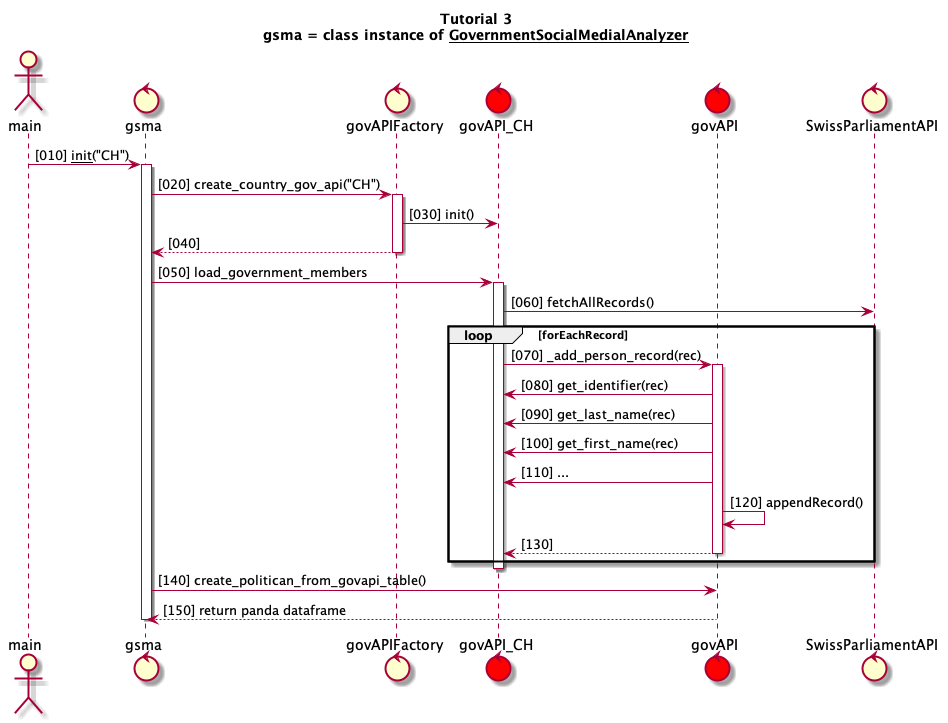
Before: model/out/lesson3-sequence.png, a diagram exported from PlantUML (talfco/clb-sentiment).
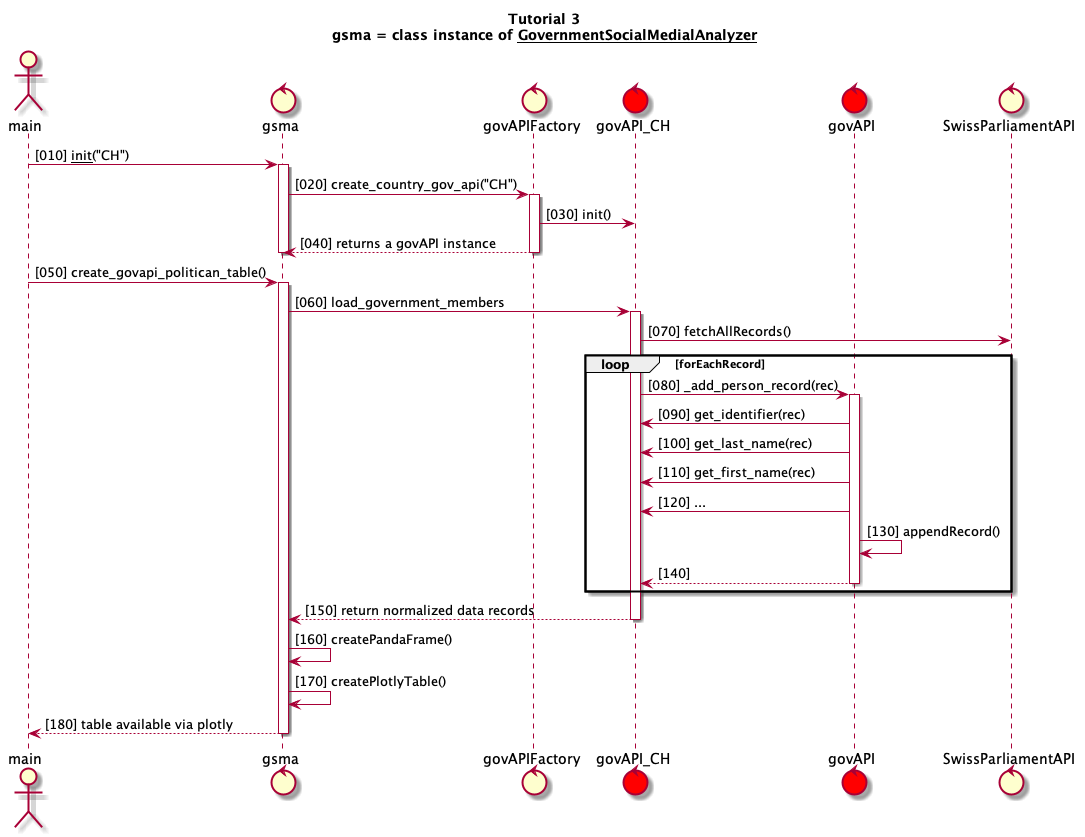
Above is the later version.

Commit message:
Tutorial 3 clean up

The edit, as a diff of the source:
```diff
@@ -16,12 +16,15 @@
     gsma -> govAPIFactory: create_country_gov_api("CH")
     activate govAPIFactory
         govAPIFactory -> govAPI_CH: init()
-        govAPIFactory --> gsma
+        govAPIFactory --> gsma: returns a govAPI instance
     deactivate govAPIFactory
-        gsma -> govAPI_CH: load_government_members
-        activate govAPI_CH
-            govAPI_CH -> SwissParliamentAPI: fetchAllRecords()
-            loop forEachRecord
+deactivate gsma
+main -> gsma: create_govapi_politican_table()
+activate gsma
+    gsma -> govAPI_CH: load_government_members
+    activate govAPI_CH
+        govAPI_CH -> SwissParliamentAPI: fetchAllRecords()
+        loop forEachRecord
             govAPI_CH -> govAPI: _add_person_record(rec)
             activate govAPI
             govAPI -> govAPI_CH: get_identifier(rec)
@@ -31,16 +34,19 @@
             govAPI -> govAPI: appendRecord()
             govAPI --> govAPI_CH
             deactivate govAPI
-            end
-        deactivate govAPI_CH
-        activate govAPI
-        gsma -> govAPI: create_politican_from_govapi_table()
-        govAPI --> gsma: return panda dataframe
-        deactivate govAPI
+        end
+        govAPI_CH --> gsma: return normalized data records
+    deactivate govAPI_CH
+        gsma -> gsma: createPandaFrame()
+        gsma -> gsma: createPlotlyTable()
+        gsma --> main: table available via plotly
+
 deactivate gsma
 
 
 
 
 
+
+
 @enduml
```
